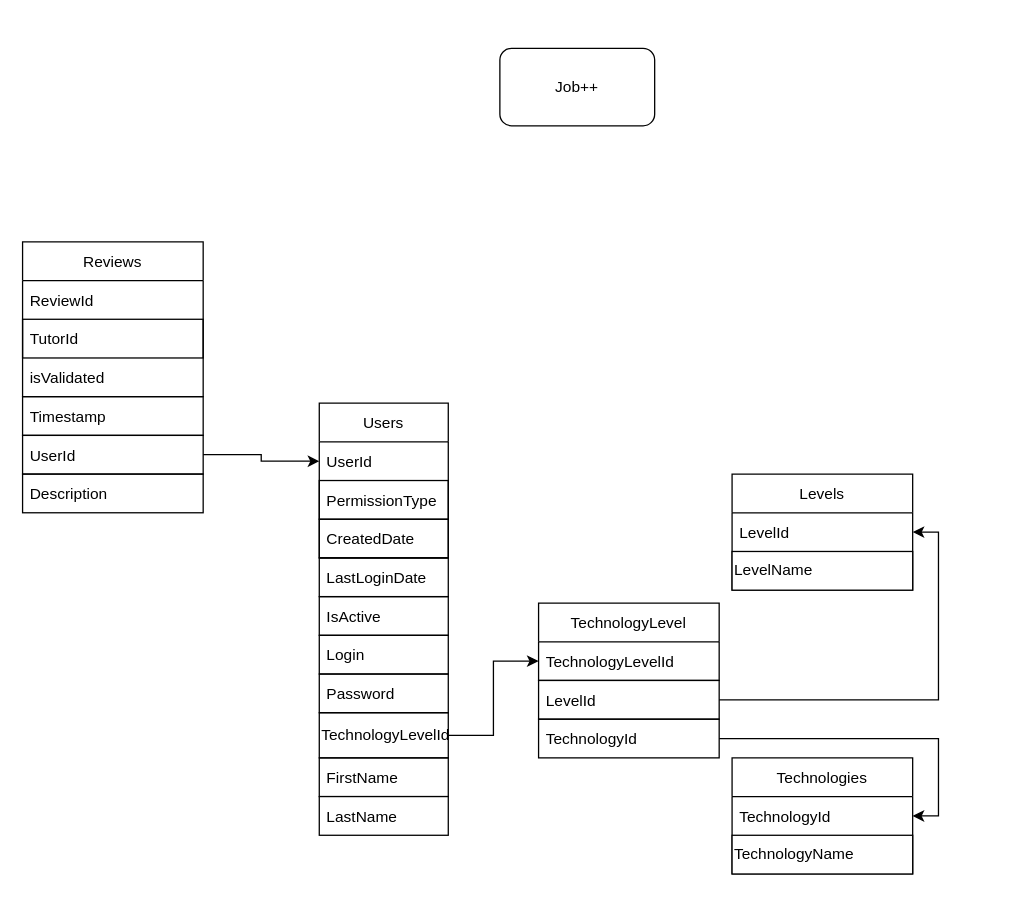
Earlier version of the draw.io diagram DrawIO/JOBPLUSPLUS.drawio (Fractaliter/KalafiorniaDynamo). Source tidied: cells renumbered, new cells numbered last; positions are measured from the earlier drawing's top-left corner, leaving out a move shared by most shapes. Both pictures are drawn from the tidied source at 129%, with x=0, y=0 at pixel (22, 48).
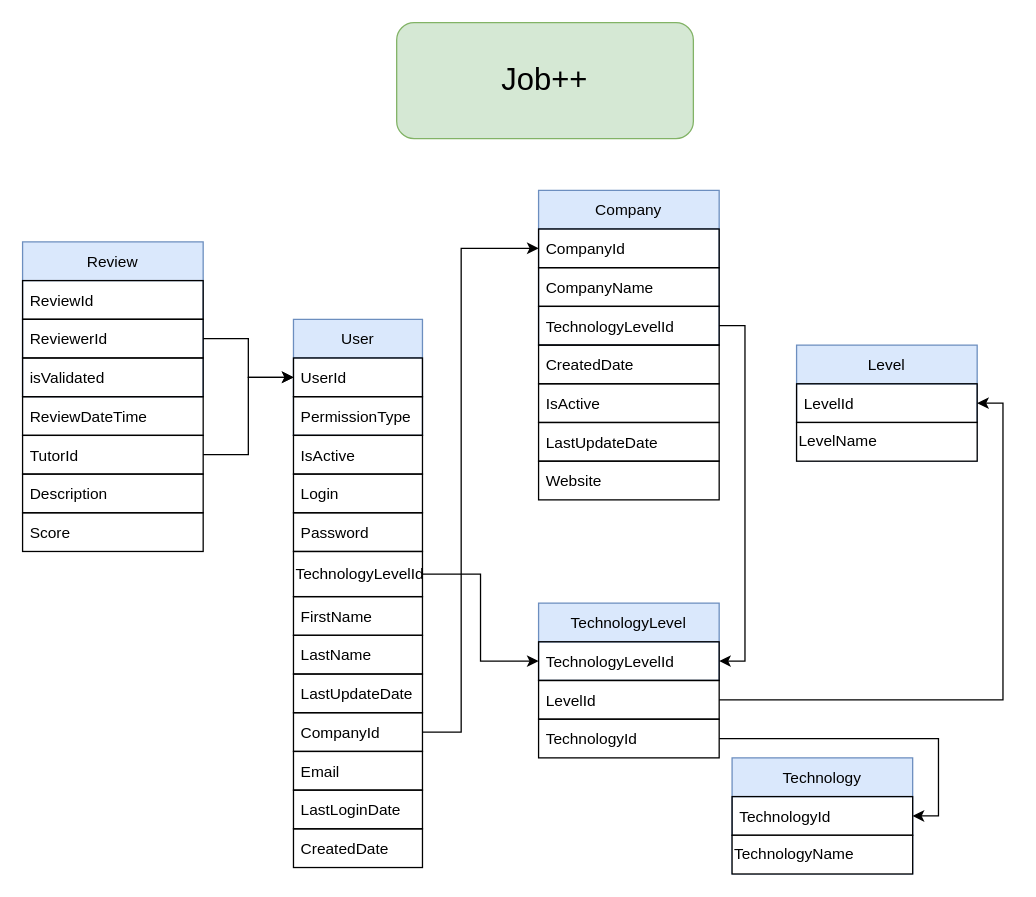
After the change.

The edit, as a diff of the source:
```diff
@@
-    <mxCell id="2" value="Users" style="swimlane;fontStyle=0;horizontal=1;startSize=30;swimlaneLine=1;" parent="1" vertex="1">
-      <mxGeometry x="230" y="275" width="100" height="120" as="geometry" />
+    <mxCell id="2" value="User" style="swimlane;fontStyle=0;horizontal=1;startSize=30;swimlaneLine=1;fillColor=#dae8fc;strokeColor=#6c8ebf;" parent="1" vertex="1">
+      <mxGeometry x="210" y="210" width="100" height="90" as="geometry" />
     </mxCell>
-    <mxCell id="3" value="UserId" style="text;strokeColor=none;fillColor=none;align=left;verticalAlign=middle;spacingLeft=4;spacingRight=4;overflow=hidden;points=[[0,0.5],[1,0.5]];portConstraint=eastwest;" parent="2" vertex="1">
+    <mxCell id="3" value="UserId" style="text;strokeColor=default;fillColor=none;align=left;verticalAlign=middle;spacingLeft=4;spacingRight=4;overflow=hidden;points=[[0,0.5],[1,0.5]];portConstraint=eastwest;" parent="2" vertex="1">
       <mxGeometry y="30" width="100" height="30" as="geometry" />
     </mxCell>
@@
-    <mxCell id="5" value="CreatedDate" style="text;strokeColor=default;fillColor=none;align=left;verticalAlign=middle;spacingLeft=4;spacingRight=4;overflow=hidden;" parent="2" vertex="1">
-      <mxGeometry y="90" width="100" height="30" as="geometry" />
-    </mxCell>
-    <mxCell id="6" value="Reviews" style="swimlane;fontStyle=0;horizontal=1;startSize=30;" parent="1" vertex="1">
+    <mxCell id="6" value="Review" style="swimlane;fontStyle=0;horizontal=1;startSize=30;fillColor=#dae8fc;strokeColor=#6c8ebf;" parent="1" vertex="1">
       <mxGeometry y="150" width="140" height="120" as="geometry" />
     </mxCell>
-    <mxCell id="7" value="ReviewId" style="text;strokeColor=none;fillColor=none;align=left;verticalAlign=middle;spacingLeft=4;spacingRight=4;overflow=hidden;" parent="6" vertex="1">
+    <mxCell id="7" value="ReviewId" style="text;strokeColor=default;fillColor=none;align=left;verticalAlign=middle;spacingLeft=4;spacingRight=4;overflow=hidden;" parent="6" vertex="1">
       <mxGeometry y="30" width="140" height="30" as="geometry" />
     </mxCell>
-    <mxCell id="8" value="TutorId" style="text;strokeColor=default;fillColor=none;align=left;verticalAlign=middle;spacingLeft=4;spacingRight=4;overflow=hidden;points=[[0,0.5],[1,0.5]];portConstraint=eastwest;" parent="6" vertex="1">
+    <mxCell id="8" value="ReviewerId" style="text;strokeColor=default;fillColor=none;align=left;verticalAlign=middle;spacingLeft=4;spacingRight=4;overflow=hidden;points=[[0,0.5],[1,0.5]];portConstraint=eastwest;" parent="6" vertex="1">
       <mxGeometry y="60" width="140" height="30" as="geometry" />
     </mxCell>
-    <mxCell id="9" value="isValidated" style="text;strokeColor=none;fillColor=none;align=left;verticalAlign=middle;spacingLeft=4;spacingRight=4;overflow=hidden;" parent="6" vertex="1">
+    <mxCell id="9" value="isValidated" style="text;strokeColor=default;fillColor=none;align=left;verticalAlign=middle;spacingLeft=4;spacingRight=4;overflow=hidden;" parent="6" vertex="1">
       <mxGeometry y="90" width="140" height="30" as="geometry" />
     </mxCell>
     <mxCell id="10" value="LastLoginDate" style="text;strokeColor=default;fillColor=none;align=left;verticalAlign=middle;spacingLeft=4;spacingRight=4;overflow=hidden;rounded=0;" parent="1" vertex="1">
-      <mxGeometry x="230" y="395" width="100" height="30" as="geometry" />
+      <mxGeometry x="210" y="575" width="100" height="30" as="geometry" />
     </mxCell>
     <mxCell id="11" value="IsActive" style="text;strokeColor=default;fillColor=none;align=left;verticalAlign=middle;spacingLeft=4;spacingRight=4;overflow=hidden;" parent="1" vertex="1">
-      <mxGeometry x="230" y="425" width="100" height="30" as="geometry" />
+      <mxGeometry x="210" y="300" width="100" height="30" as="geometry" />
     </mxCell>
-    <mxCell id="12" value="Timestamp" style="text;strokeColor=default;fillColor=none;align=left;verticalAlign=middle;spacingLeft=4;spacingRight=4;overflow=hidden;" parent="1" vertex="1">
+    <mxCell id="12" value="ReviewDateTime" style="text;strokeColor=default;fillColor=none;align=left;verticalAlign=middle;spacingLeft=4;spacingRight=4;overflow=hidden;" parent="1" vertex="1">
       <mxGeometry y="270" width="140" height="30" as="geometry" />
     </mxCell>
@@
-    <mxCell id="15" value="UserId" style="text;strokeColor=default;fillColor=none;align=left;verticalAlign=middle;spacingLeft=4;spacingRight=4;overflow=hidden;points=[[0,0.5],[1,0.5]];portConstraint=eastwest;" parent="1" vertex="1">
+    <mxCell id="15" value="TutorId" style="text;strokeColor=default;fillColor=none;align=left;verticalAlign=middle;spacingLeft=4;spacingRight=4;overflow=hidden;points=[[0,0.5],[1,0.5]];portConstraint=eastwest;" parent="1" vertex="1">
       <mxGeometry y="300" width="140" height="30" as="geometry" />
     </mxCell>
     <mxCell id="16" value="Login" style="text;strokeColor=default;fillColor=none;align=left;verticalAlign=middle;spacingLeft=4;spacingRight=4;overflow=hidden;" parent="1" vertex="1">
-      <mxGeometry x="230" y="455" width="100" height="30" as="geometry" />
+      <mxGeometry x="210" y="330" width="100" height="30" as="geometry" />
     </mxCell>
     <mxCell id="17" value="Password" style="text;strokeColor=default;fillColor=none;align=left;verticalAlign=middle;spacingLeft=4;spacingRight=4;overflow=hidden;" parent="1" vertex="1">
-      <mxGeometry x="230" y="485" width="100" height="30" as="geometry" />
+      <mxGeometry x="210" y="360" width="100" height="30" as="geometry" />
     </mxCell>
-    <mxCell id="18" value="Job++" style="rounded=1;whiteSpace=wrap;html=1;strokeColor=default;" parent="1" vertex="1">
-      <mxGeometry x="370" width="120" height="60" as="geometry" />
+    <mxCell id="18" value="&lt;font style=&quot;font-size: 24px;&quot;&gt;Job++&lt;/font&gt;" style="rounded=1;whiteSpace=wrap;html=1;strokeColor=#82b366;fillColor=#d5e8d4;" parent="1" vertex="1">
+      <mxGeometry x="290" y="-20" width="230" height="90" as="geometry" />
     </mxCell>
@@
     <mxCell id="20" value="TechnologyLevelId" style="rounded=0;whiteSpace=wrap;html=1;fillColor=none;align=left;" parent="1" vertex="1">
-      <mxGeometry x="230" y="515" width="100" height="35" as="geometry" />
+      <mxGeometry x="210" y="390" width="100" height="35" as="geometry" />
     </mxCell>
-    <mxCell id="21" value="Technologies" style="swimlane;fontStyle=0;horizontal=1;startSize=30;fillColor=none;" parent="1" vertex="1">
+    <mxCell id="21" value="Technology" style="swimlane;fontStyle=0;horizontal=1;startSize=30;fillColor=#dae8fc;strokeColor=#6c8ebf;" parent="1" vertex="1">
       <mxGeometry x="550" y="550" width="140" height="90" as="geometry" />
     </mxCell>
-    <mxCell id="22" value="TechnologyId" style="text;strokeColor=none;fillColor=none;align=left;verticalAlign=middle;spacingLeft=4;spacingRight=4;overflow=hidden;points=[[0,0.5],[1,0.5]];portConstraint=eastwest;" parent="21" vertex="1">
+    <mxCell id="22" value="TechnologyId" style="text;strokeColor=default;fillColor=none;align=left;verticalAlign=middle;spacingLeft=4;spacingRight=4;overflow=hidden;points=[[0,0.5],[1,0.5]];portConstraint=eastwest;" parent="21" vertex="1">
       <mxGeometry y="30" width="140" height="30" as="geometry" />
     </mxCell>
@@
-    <mxCell id="24" value="Levels" style="swimlane;fontStyle=0;horizontal=1;startSize=30;fillColor=none;" parent="1" vertex="1">
-      <mxGeometry x="550" y="330" width="140" height="90" as="geometry" />
+    <mxCell id="24" value="Level" style="swimlane;fontStyle=0;horizontal=1;startSize=30;fillColor=#dae8fc;strokeColor=#6c8ebf;" parent="1" vertex="1">
+      <mxGeometry x="600" y="230" width="140" height="90" as="geometry" />
     </mxCell>
-    <mxCell id="25" value="LevelId" style="text;strokeColor=none;fillColor=none;align=left;verticalAlign=middle;spacingLeft=4;spacingRight=4;overflow=hidden;points=[[0,0.5],[1,0.5]];portConstraint=eastwest;" parent="24" vertex="1">
+    <mxCell id="25" value="LevelId" style="text;strokeColor=default;fillColor=none;align=left;verticalAlign=middle;spacingLeft=4;spacingRight=4;overflow=hidden;points=[[0,0.5],[1,0.5]];portConstraint=eastwest;" parent="24" vertex="1">
       <mxGeometry y="30" width="140" height="30" as="geometry" />
     </mxCell>
@@
-    <mxCell id="27" value="TechnologyLevel" style="swimlane;fontStyle=0;horizontal=1;startSize=30;fillColor=none;" parent="1" vertex="1">
+    <mxCell id="27" value="TechnologyLevel" style="swimlane;fontStyle=0;horizontal=1;startSize=30;fillColor=#dae8fc;strokeColor=#6c8ebf;" parent="1" vertex="1">
       <mxGeometry x="400" y="430" width="140" height="60" as="geometry" />
     </mxCell>
-    <mxCell id="28" value="TechnologyLevelId" style="text;strokeColor=none;fillColor=none;align=left;verticalAlign=middle;spacingLeft=4;spacingRight=4;overflow=hidden;points=[[0,0.5],[1,0.5]];portConstraint=eastwest;" parent="27" vertex="1">
+    <mxCell id="28" value="TechnologyLevelId" style="text;strokeColor=default;fillColor=none;align=left;verticalAlign=middle;spacingLeft=4;spacingRight=4;overflow=hidden;points=[[0,0.5],[1,0.5]];portConstraint=eastwest;" parent="27" vertex="1">
       <mxGeometry y="30" width="140" height="30" as="geometry" />
     </mxCell>
@@
     <mxCell id="33" value="FirstName" style="text;strokeColor=default;fillColor=none;align=left;verticalAlign=middle;spacingLeft=4;spacingRight=4;overflow=hidden;" parent="1" vertex="1">
-      <mxGeometry x="230" y="550" width="100" height="30" as="geometry" />
+      <mxGeometry x="210" y="425" width="100" height="30" as="geometry" />
     </mxCell>
     <mxCell id="34" value="LastName" style="text;strokeColor=default;fillColor=default;align=left;verticalAlign=middle;spacingLeft=4;spacingRight=4;overflow=hidden;" parent="1" vertex="1">
-      <mxGeometry x="230" y="580" width="100" height="30" as="geometry" />
+      <mxGeometry x="210" y="455" width="100" height="30" as="geometry" />
     </mxCell>
+    <mxCell id="35" value="Company" style="swimlane;fontStyle=0;horizontal=1;startSize=30;fillColor=#dae8fc;strokeColor=#6c8ebf;" parent="1" vertex="1">
+      <mxGeometry x="400" y="110" width="140" height="120" as="geometry" />
+    </mxCell>
+    <mxCell id="36" value="CompanyId" style="text;strokeColor=default;fillColor=none;align=left;verticalAlign=middle;spacingLeft=4;spacingRight=4;overflow=hidden;points=[[0,0.5],[1,0.5]];portConstraint=eastwest;" parent="35" vertex="1">
+      <mxGeometry y="30" width="140" height="30" as="geometry" />
+    </mxCell>
+    <mxCell id="37" value="CompanyName" style="text;strokeColor=default;fillColor=none;align=left;verticalAlign=middle;spacingLeft=4;spacingRight=4;overflow=hidden;" parent="35" vertex="1">
+      <mxGeometry y="60" width="140" height="30" as="geometry" />
+    </mxCell>
+    <mxCell id="38" value="TechnologyLevelId" style="text;strokeColor=default;fillColor=none;align=left;verticalAlign=middle;spacingLeft=4;spacingRight=4;overflow=hidden;points=[[0,0.5],[1,0.5]];portConstraint=eastwest;" parent="35" vertex="1">
+      <mxGeometry y="90" width="140" height="30" as="geometry" />
+    </mxCell>
+    <mxCell id="39" value="LastUpdateDate" style="text;strokeColor=default;fillColor=none;align=left;verticalAlign=middle;spacingLeft=4;spacingRight=4;overflow=hidden;rounded=0;" parent="1" vertex="1">
+      <mxGeometry x="210" y="485" width="100" height="30" as="geometry" />
+    </mxCell>
+    <mxCell id="40" style="edgeStyle=orthogonalEdgeStyle;rounded=0;jettySize=auto;html=1;exitX=1;exitY=0.5;exitDx=0;exitDy=0;entryX=0;entryY=0.5;entryDx=0;entryDy=0;" parent="1" edge="1" source="41" target="36">
+      <mxGeometry relative="1" as="geometry">
+        <Array as="points">
+          <mxPoint x="340" y="530" />
+          <mxPoint x="340" y="155" />
+        </Array>
+      </mxGeometry>
+    </mxCell>
+    <mxCell id="41" value="CompanyId" style="text;strokeColor=default;fillColor=none;align=left;verticalAlign=middle;spacingLeft=4;spacingRight=4;overflow=hidden;points=[[0,0.5],[1,0.5]];portConstraint=eastwest;rounded=0;" parent="1" vertex="1">
+      <mxGeometry x="210" y="515" width="100" height="30" as="geometry" />
+    </mxCell>
+    <mxCell id="42" style="edgeStyle=orthogonalEdgeStyle;rounded=0;jettySize=auto;html=1;exitX=1;exitY=0.5;exitDx=0;exitDy=0;entryX=1;entryY=0.5;entryDx=0;entryDy=0;" parent="1" edge="1" source="38" target="28">
+      <mxGeometry relative="1" as="geometry" />
+    </mxCell>
+    <mxCell id="43" value="CreatedDate" style="text;strokeColor=default;fillColor=none;align=left;verticalAlign=middle;spacingLeft=4;spacingRight=4;overflow=hidden;" parent="1" vertex="1">
+      <mxGeometry x="400" y="230" width="140" height="30" as="geometry" />
+    </mxCell>
+    <mxCell id="44" value="Email" style="text;strokeColor=default;fillColor=none;align=left;verticalAlign=middle;spacingLeft=4;spacingRight=4;overflow=hidden;rounded=0;" parent="1" vertex="1">
+      <mxGeometry x="210" y="545" width="100" height="30" as="geometry" />
+    </mxCell>
+    <mxCell id="45" style="edgeStyle=orthogonalEdgeStyle;rounded=0;jettySize=auto;html=1;exitX=1;exitY=0.5;exitDx=0;exitDy=0;entryX=0;entryY=0.5;entryDx=0;entryDy=0;fontSize=24;" parent="1" edge="1" source="8" target="3">
+      <mxGeometry relative="1" as="geometry" />
+    </mxCell>
+    <mxCell id="46" value="IsActive" style="text;strokeColor=default;fillColor=none;align=left;verticalAlign=middle;spacingLeft=4;spacingRight=4;overflow=hidden;" parent="1" vertex="1">
+      <mxGeometry x="400" y="260" width="140" height="30" as="geometry" />
+    </mxCell>
+    <mxCell id="47" value="LastUpdateDate" style="text;strokeColor=default;fillColor=none;align=left;verticalAlign=middle;spacingLeft=4;spacingRight=4;overflow=hidden;rounded=0;" parent="1" vertex="1">
+      <mxGeometry x="400" y="290" width="140" height="30" as="geometry" />
+    </mxCell>
+    <mxCell id="5" value="CreatedDate" style="text;strokeColor=default;fillColor=none;align=left;verticalAlign=middle;spacingLeft=4;spacingRight=4;overflow=hidden;" parent="1" vertex="1">
+      <mxGeometry x="210" y="605" width="100" height="30" as="geometry" />
+    </mxCell>
+    <mxCell id="48" value="Score" style="text;strokeColor=default;fillColor=none;align=left;verticalAlign=middle;spacingLeft=4;spacingRight=4;overflow=hidden;" parent="1" vertex="1">
+      <mxGeometry y="360" width="140" height="30" as="geometry" />
+    </mxCell>
+    <mxCell id="49" value="Website" style="text;strokeColor=default;fillColor=none;align=left;verticalAlign=middle;spacingLeft=4;spacingRight=4;overflow=hidden;rounded=0;" parent="1" vertex="1">
+      <mxGeometry x="400" y="320" width="140" height="30" as="geometry" />
+    </mxCell>
```
